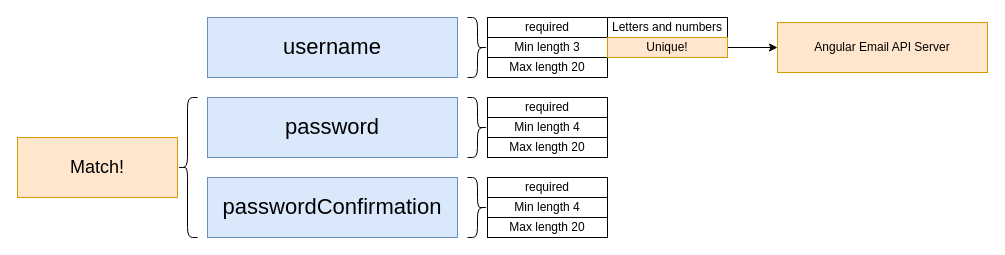
Before: page "08 - validation" (8 of 14) of diagrams/auth/diagrams.drawio in StephenGrider/ng-casts, a draw.io diagram. Source tidied: cells renumbered, new cells numbered last; positions are measured from the earlier drawing's top-left corner, leaving out a move shared by most shapes. Both pictures are drawn from the tidied source at 100%, with x=0, y=0 at pixel (17, 17).
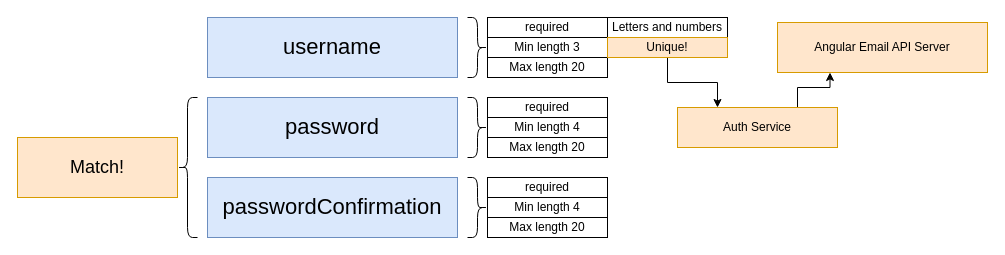
The same page after the edit.

The change refers to these unchanged cells:
```xml
<mxCell id="19" value="Unique!" style="rounded=0;whiteSpace=wrap;html=1;fontSize=12;align=center;fillColor=#ffe6cc;strokeColor=#d79b00;" parent="1" vertex="1">
  <mxGeometry x="590" y="20" width="120" height="20" as="geometry" />
</mxCell>
<mxCell id="22" value="Angular Email API Server" style="rounded=0;whiteSpace=wrap;html=1;fontSize=12;align=center;fillColor=#ffe6cc;strokeColor=#d79b00;" parent="1" vertex="1">
  <mxGeometry x="760" y="5" width="210" height="50" as="geometry" />
</mxCell>
```

Change to the diagram source:
```diff
@@
-    <mxCell id="18" style="edgeStyle=orthogonalEdgeStyle;rounded=0;jettySize=auto;html=1;exitX=1;exitY=0.5;exitDx=0;exitDy=0;fontSize=15;" parent="1" edge="1" source="19" target="22">
-      <mxGeometry relative="1" as="geometry" />
-    </mxCell>
+    <mxCell id="23" style="edgeStyle=orthogonalEdgeStyle;rounded=0;jettySize=auto;html=1;exitX=0.5;exitY=1;exitDx=0;exitDy=0;entryX=0.25;entryY=0;entryDx=0;entryDy=0;fontSize=11;" parent="1" edge="1" source="19" target="25">
+      <mxGeometry relative="1" as="geometry" />
+    </mxCell>
@@
+    <mxCell id="24" style="edgeStyle=orthogonalEdgeStyle;rounded=0;jettySize=auto;html=1;exitX=0.75;exitY=0;exitDx=0;exitDy=0;entryX=0.25;entryY=1;entryDx=0;entryDy=0;fontSize=11;" parent="1" edge="1" source="25" target="22">
+      <mxGeometry relative="1" as="geometry" />
+    </mxCell>
+    <mxCell id="25" value="Auth Service" style="rounded=0;whiteSpace=wrap;html=1;fontSize=12;align=center;fillColor=#ffe6cc;strokeColor=#d79b00;" parent="1" vertex="1">
+      <mxGeometry x="660" y="90" width="160" height="40" as="geometry" />
+    </mxCell>
```
